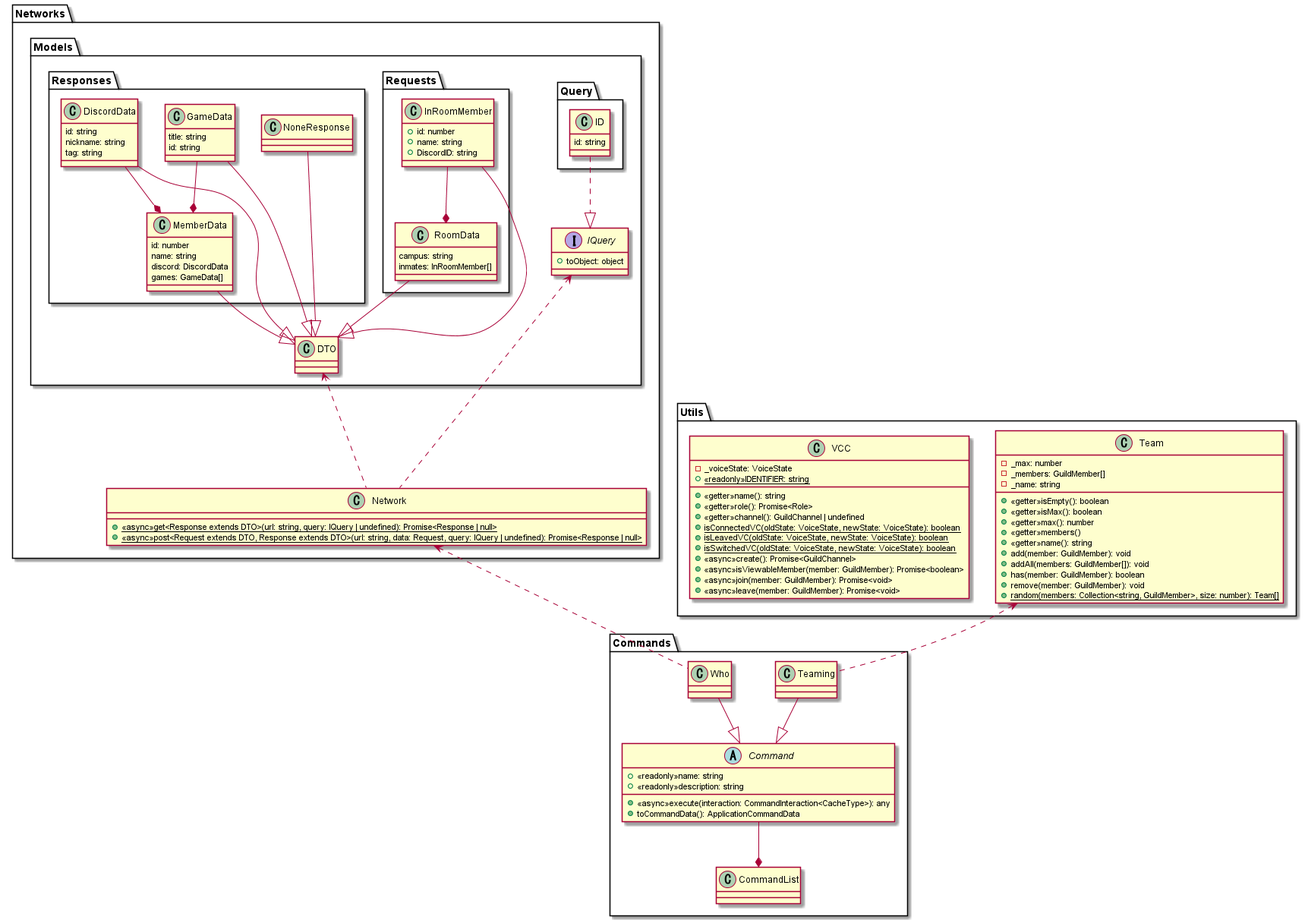
Before: out/classDiaglam/Discord-bot.png, a diagram exported from PlantUML (nmskm240/Discord-bot).
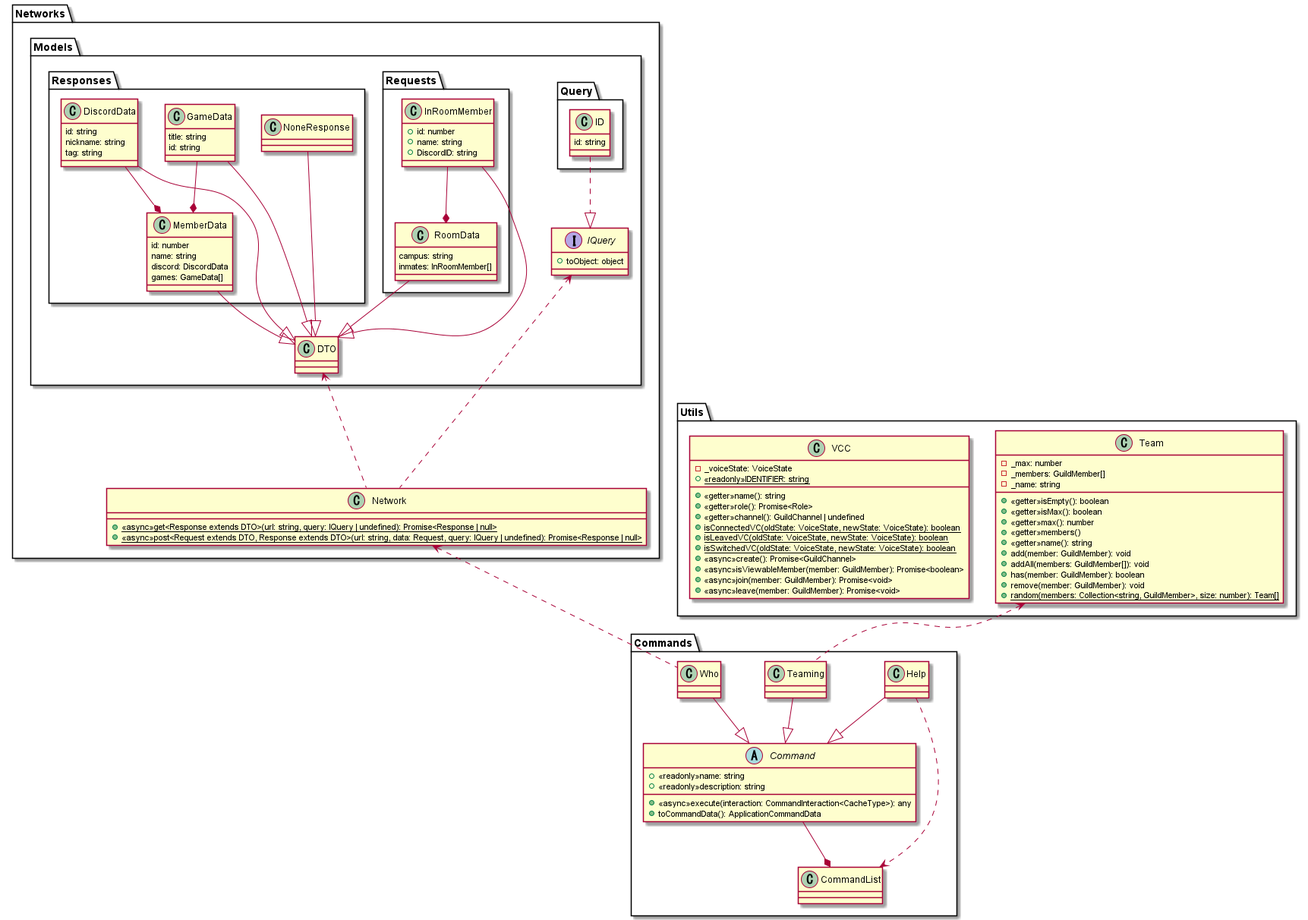
Above is the later version.

Commit message:
create help command

Change to the diagram source:
```diff
@@ -10,6 +10,7 @@
         +toCommandData(): ApplicationCommandData
     }
     class CommandList
+    class Help
     class Teaming
     class Who
 }
@@ -117,6 +118,7 @@
     }
 }
 
+Help --|> Command
 Teaming --|> Command
 Who --|> Command
 
@@ -134,6 +136,7 @@
 GameData --* MemberData
 DiscordData --* MemberData
 
+Help ..> CommandList
 Teaming .up.> Team
 Who .up.> Network
 Network .up.> IQuery
```
